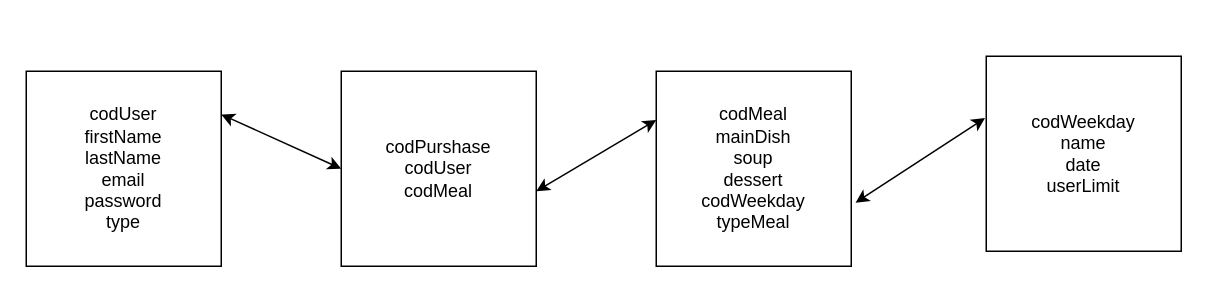
JorickM/Senhas-Refeitorio keeps this draw.io diagram as planificacao/database.drawio. Above is the earlier version. Source tidied: cells renumbered, new cells numbered last; positions are measured from the earlier drawing's top-left corner, leaving out a move shared by most shapes. Both pictures are drawn from the tidied source at 150%, with x=0, y=0 at pixel (26, 56).
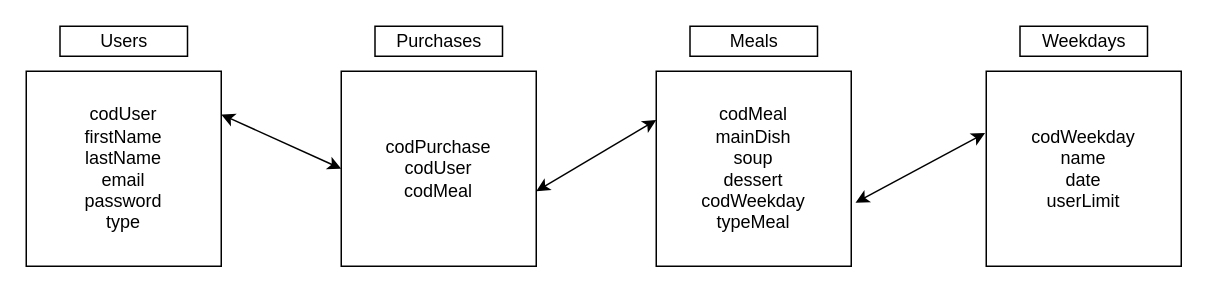
The same diagram, later.

Commit message (it also covers changes not shown here):
database & classes (weekdays, meals)

Diff of the diagram source:
```diff
@@
 <mxGraphModel>
   <root>
     <mxCell id="0" />
     <mxCell id="1" parent="0" />
     <mxCell id="2" value="codMeal&lt;br&gt;mainDish&lt;br&gt;soup&lt;br&gt;dessert&lt;br&gt;codWeekday&lt;br&gt;typeMeal" style="rounded=0;whiteSpace=wrap;html=1;" parent="1" vertex="1">
       <mxGeometry x="420" y="10" width="130" height="130" as="geometry" />
     </mxCell>
     <mxCell id="3" value="codWeekday&lt;br&gt;name&lt;br&gt;date&lt;br&gt;userLimit" style="rounded=0;whiteSpace=wrap;html=1;" parent="1" vertex="1">
-      <mxGeometry x="640" width="130" height="130" as="geometry" />
+      <mxGeometry x="640" y="10" width="130" height="130" as="geometry" />
     </mxCell>
     <mxCell id="4" value="codUser&lt;br&gt;firstName&lt;br&gt;lastName&lt;br&gt;email&lt;br&gt;password&lt;br&gt;type" style="rounded=0;whiteSpace=wrap;html=1;" parent="1" vertex="1">
       <mxGeometry y="10" width="130" height="130" as="geometry" />
     </mxCell>
     <mxCell id="5" style="endArrow=classic;startArrow=classic;html=1;rounded=0;entryX=-0.006;entryY=0.317;entryDx=0;entryDy=0;entryPerimeter=0;exitX=1.022;exitY=0.674;exitDx=0;exitDy=0;exitPerimeter=0;" parent="1" edge="1" source="2" target="3">
       <mxGeometry relative="1" as="geometry" />
     </mxCell>
-    <mxCell id="6" value="codPurshase&lt;br&gt;codUser&lt;br&gt;codMeal&lt;br&gt;" style="rounded=0;whiteSpace=wrap;html=1;" parent="1" vertex="1">
+    <mxCell id="6" value="codPurchase&lt;br&gt;codUser&lt;br&gt;codMeal" style="rounded=0;whiteSpace=wrap;html=1;" parent="1" vertex="1">
       <mxGeometry x="210" y="10" width="130" height="130" as="geometry" />
     </mxCell>
     <mxCell id="7" style="endArrow=classic;startArrow=classic;html=1;rounded=0;entryX=0;entryY=0.5;entryDx=0;entryDy=0;" parent="1" edge="1" target="6">
       <mxGeometry relative="1" as="geometry">
         <mxPoint x="130" y="38.8" as="sourcePoint" />
       </mxGeometry>
     </mxCell>
     <mxCell id="8" style="endArrow=classic;startArrow=classic;html=1;rounded=0;entryX=0;entryY=0.25;entryDx=0;entryDy=0;" parent="1" edge="1" target="2">
       <mxGeometry relative="1" as="geometry">
         <mxPoint x="340" y="90" as="sourcePoint" />
       </mxGeometry>
     </mxCell>
+    <mxCell id="9" value="Users" style="rounded=0;whiteSpace=wrap;html=1;" parent="1" vertex="1">
+      <mxGeometry x="22.5" y="-20" width="85" height="20" as="geometry" />
+    </mxCell>
+    <mxCell id="10" value="Purchases" style="rounded=0;whiteSpace=wrap;html=1;" parent="1" vertex="1">
+      <mxGeometry x="232.5" y="-20" width="85" height="20" as="geometry" />
+    </mxCell>
+    <mxCell id="11" value="Meals" style="rounded=0;whiteSpace=wrap;html=1;" parent="1" vertex="1">
+      <mxGeometry x="442.5" y="-20" width="85" height="20" as="geometry" />
+    </mxCell>
+    <mxCell id="12" value="Weekdays" style="rounded=0;whiteSpace=wrap;html=1;" parent="1" vertex="1">
+      <mxGeometry x="662.5" y="-20" width="85" height="20" as="geometry" />
+    </mxCell>
   </root>
 </mxGraphModel>
```
